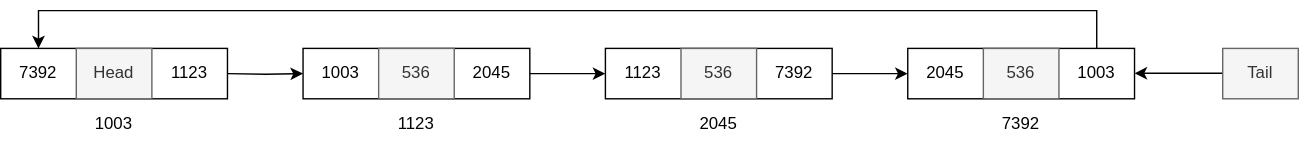
Before: images/linked list/Circular Linked List.svg, a diagram exported from draw.io (DeekshaPhaneendraReddyUmmadi/Data-Structures-And-Algorithms). Source tidied: cells renumbered, new cells last; positions are measured from the earlier drawing's top-left corner, leaving out a move shared by most shapes. Source of this version:
```xml
<mxGraphModel>
  <root>
    <mxCell id="0" />
    <mxCell id="1" parent="0" />
    <mxCell id="2" style="rounded=0;whiteSpace=wrap;html=1;" parent="1" vertex="1">
      <mxGeometry y="27" width="162" height="36" as="geometry" />
    </mxCell>
    <mxCell id="3" value="Head" style="text;html=1;align=center;verticalAlign=middle;whiteSpace=wrap;rounded=0;fillColor=#f5f5f5;fontColor=#333333;strokeColor=#666666;" parent="1" vertex="1">
      <mxGeometry x="54" y="27" width="54" height="36" as="geometry" />
    </mxCell>
    <mxCell id="4" style="edgeStyle=orthogonalEdgeStyle;rounded=0;jettySize=auto;html=1;" parent="1" edge="1" target="8">
      <mxGeometry relative="1" as="geometry">
        <mxPoint x="162" y="45" as="sourcePoint" />
      </mxGeometry>
    </mxCell>
    <mxCell id="5" value="7392" style="text;html=1;align=center;verticalAlign=middle;whiteSpace=wrap;rounded=0;" parent="1" vertex="1">
      <mxGeometry y="27" width="54" height="36" as="geometry" />
    </mxCell>
    <mxCell id="6" style="rounded=0;whiteSpace=wrap;html=1;" parent="1" vertex="1">
      <mxGeometry x="216" y="27" width="162" height="36" as="geometry" />
    </mxCell>
    <mxCell id="7" value="536" style="text;html=1;align=center;verticalAlign=middle;whiteSpace=wrap;rounded=0;fillColor=#f5f5f5;fontColor=#333333;strokeColor=#666666;" parent="1" vertex="1">
      <mxGeometry x="270" y="27" width="54" height="36" as="geometry" />
    </mxCell>
    <mxCell id="8" value="1003" style="text;html=1;align=center;verticalAlign=middle;whiteSpace=wrap;rounded=0;" parent="1" vertex="1">
      <mxGeometry x="216" y="27" width="54" height="36" as="geometry" />
    </mxCell>
    <mxCell id="9" value="1003" style="text;html=1;align=center;verticalAlign=middle;whiteSpace=wrap;rounded=0;" parent="1" vertex="1">
      <mxGeometry x="54" y="63" width="54" height="36" as="geometry" />
    </mxCell>
    <mxCell id="10" value="1123" style="text;html=1;align=center;verticalAlign=middle;whiteSpace=wrap;rounded=0;" parent="1" vertex="1">
      <mxGeometry x="270" y="63" width="54" height="36" as="geometry" />
    </mxCell>
    <mxCell id="11" style="edgeStyle=orthogonalEdgeStyle;rounded=0;orthogonalLoop=1;jettySize=auto;html=1;" parent="1" edge="1">
      <mxGeometry relative="1" as="geometry">
        <mxPoint x="378" y="45" as="sourcePoint" />
        <mxPoint x="432" y="45" as="targetPoint" />
      </mxGeometry>
    </mxCell>
    <mxCell id="12" style="rounded=0;whiteSpace=wrap;html=1;" parent="1" vertex="1">
      <mxGeometry x="432" y="27" width="162" height="36" as="geometry" />
    </mxCell>
    <mxCell id="13" value="536" style="text;html=1;align=center;verticalAlign=middle;whiteSpace=wrap;rounded=0;fillColor=#f5f5f5;fontColor=#333333;strokeColor=#666666;" parent="1" vertex="1">
      <mxGeometry x="486" y="27" width="54" height="36" as="geometry" />
    </mxCell>
    <mxCell id="14" value="2045" style="text;html=1;align=center;verticalAlign=middle;whiteSpace=wrap;rounded=0;" parent="1" vertex="1">
      <mxGeometry x="486" y="63" width="54" height="36" as="geometry" />
    </mxCell>
    <mxCell id="15" style="edgeStyle=orthogonalEdgeStyle;rounded=0;orthogonalLoop=1;jettySize=auto;html=1;" parent="1" edge="1">
      <mxGeometry relative="1" as="geometry">
        <mxPoint x="594" y="45" as="sourcePoint" />
        <mxPoint x="648" y="45" as="targetPoint" />
      </mxGeometry>
    </mxCell>
    <mxCell id="16" style="rounded=0;whiteSpace=wrap;html=1;" parent="1" vertex="1">
      <mxGeometry x="648" y="27" width="162" height="36" as="geometry" />
    </mxCell>
    <mxCell id="17" value="536" style="text;html=1;align=center;verticalAlign=middle;whiteSpace=wrap;rounded=0;fillColor=#f5f5f5;fontColor=#333333;strokeColor=#666666;" parent="1" vertex="1">
      <mxGeometry x="702" y="27" width="54" height="36" as="geometry" />
    </mxCell>
    <mxCell id="18" value="7392" style="text;html=1;align=center;verticalAlign=middle;whiteSpace=wrap;rounded=0;" parent="1" vertex="1">
      <mxGeometry x="702" y="63" width="54" height="36" as="geometry" />
    </mxCell>
    <mxCell id="19" value="1003" style="text;html=1;align=center;verticalAlign=middle;whiteSpace=wrap;rounded=0;" parent="1" vertex="1">
      <mxGeometry x="756" y="27" width="54" height="36" as="geometry" />
    </mxCell>
    <mxCell id="20" value="7392" style="text;html=1;align=center;verticalAlign=middle;whiteSpace=wrap;rounded=0;" parent="1" vertex="1">
      <mxGeometry x="540" y="27" width="54" height="36" as="geometry" />
    </mxCell>
    <mxCell id="21" value="2045" style="text;html=1;align=center;verticalAlign=middle;whiteSpace=wrap;rounded=0;" parent="1" vertex="1">
      <mxGeometry x="324" y="27" width="54" height="36" as="geometry" />
    </mxCell>
    <mxCell id="22" value="1123" style="text;html=1;align=center;verticalAlign=middle;whiteSpace=wrap;rounded=0;" parent="1" vertex="1">
      <mxGeometry x="108" y="27" width="54" height="36" as="geometry" />
    </mxCell>
    <mxCell id="23" value="2045" style="text;html=1;align=center;verticalAlign=middle;whiteSpace=wrap;rounded=0;" parent="1" vertex="1">
      <mxGeometry x="648" y="27" width="54" height="36" as="geometry" />
    </mxCell>
    <mxCell id="24" value="1123" style="text;html=1;align=center;verticalAlign=middle;whiteSpace=wrap;rounded=0;" parent="1" vertex="1">
      <mxGeometry x="432" y="27" width="54" height="36" as="geometry" />
    </mxCell>
    <mxCell id="25" style="endArrow=classic;html=1;rounded=0;" parent="1" edge="1">
      <mxGeometry relative="1" as="geometry">
        <mxPoint x="882" y="44.8" as="sourcePoint" />
        <mxPoint x="810" y="44.8" as="targetPoint" />
      </mxGeometry>
    </mxCell>
    <mxCell id="26" value="Tail" style="text;html=1;align=center;verticalAlign=middle;whiteSpace=wrap;rounded=0;fillColor=#f5f5f5;fontColor=#333333;strokeColor=#666666;" parent="1" vertex="1">
      <mxGeometry x="873" y="27" width="54" height="36" as="geometry" />
    </mxCell>
    <mxCell id="27" style="endArrow=classic;html=1;rounded=0;exitX=0.5;exitY=0;exitDx=0;exitDy=0;entryX=0.5;entryY=0;entryDx=0;entryDy=0;" parent="1" edge="1" source="19" target="5">
      <mxGeometry relative="1" as="geometry">
        <Array as="points">
          <mxPoint x="783" />
          <mxPoint x="27" />
        </Array>
      </mxGeometry>
    </mxCell>
  </root>
</mxGraphModel>
```
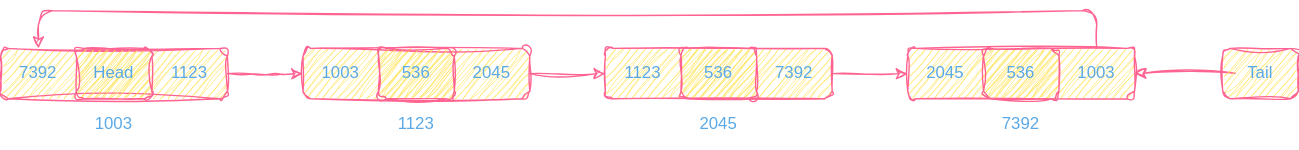
The same diagram one commit later.

The edit, as a diff of the source:
```diff
@@ -2,93 +2,93 @@
   <root>
     <mxCell id="0" />
     <mxCell id="1" parent="0" />
-    <mxCell id="2" style="rounded=0;whiteSpace=wrap;html=1;" parent="1" vertex="1">
+    <mxCell id="2" style="rounded=1;whiteSpace=wrap;html=1;sketch=1;curveFitting=1;jiggle=2;labelBackgroundColor=none;fillColor=#FFE45E;strokeColor=#FF6392;fontColor=#5AA9E6;" parent="1" vertex="1">
       <mxGeometry y="27" width="162" height="36" as="geometry" />
     </mxCell>
-    <mxCell id="3" value="Head" style="text;html=1;align=center;verticalAlign=middle;whiteSpace=wrap;rounded=0;fillColor=#f5f5f5;fontColor=#333333;strokeColor=#666666;" parent="1" vertex="1">
+    <mxCell id="3" value="Head" style="text;html=1;align=center;verticalAlign=middle;whiteSpace=wrap;rounded=1;fillColor=#FFE45E;fontColor=#5AA9E6;strokeColor=#FF6392;sketch=1;curveFitting=1;jiggle=2;labelBackgroundColor=none;" parent="1" vertex="1">
       <mxGeometry x="54" y="27" width="54" height="36" as="geometry" />
     </mxCell>
-    <mxCell id="4" style="edgeStyle=orthogonalEdgeStyle;rounded=0;jettySize=auto;html=1;" parent="1" edge="1" target="8">
+    <mxCell id="4" style="edgeStyle=orthogonalEdgeStyle;rounded=1;jettySize=auto;html=1;sketch=1;curveFitting=1;jiggle=2;labelBackgroundColor=none;strokeColor=#FF6392;fontColor=default;" parent="1" edge="1" target="8">
       <mxGeometry relative="1" as="geometry">
         <mxPoint x="162" y="45" as="sourcePoint" />
       </mxGeometry>
     </mxCell>
-    <mxCell id="5" value="7392" style="text;html=1;align=center;verticalAlign=middle;whiteSpace=wrap;rounded=0;" parent="1" vertex="1">
+    <mxCell id="5" value="7392" style="text;html=1;align=center;verticalAlign=middle;whiteSpace=wrap;rounded=1;sketch=1;curveFitting=1;jiggle=2;labelBackgroundColor=none;fontColor=#5AA9E6;" parent="1" vertex="1">
       <mxGeometry y="27" width="54" height="36" as="geometry" />
     </mxCell>
-    <mxCell id="6" style="rounded=0;whiteSpace=wrap;html=1;" parent="1" vertex="1">
+    <mxCell id="6" style="rounded=1;whiteSpace=wrap;html=1;sketch=1;curveFitting=1;jiggle=2;labelBackgroundColor=none;fillColor=#FFE45E;strokeColor=#FF6392;fontColor=#5AA9E6;" parent="1" vertex="1">
       <mxGeometry x="216" y="27" width="162" height="36" as="geometry" />
     </mxCell>
-    <mxCell id="7" value="536" style="text;html=1;align=center;verticalAlign=middle;whiteSpace=wrap;rounded=0;fillColor=#f5f5f5;fontColor=#333333;strokeColor=#666666;" parent="1" vertex="1">
+    <mxCell id="7" value="536" style="text;html=1;align=center;verticalAlign=middle;whiteSpace=wrap;rounded=1;fillColor=#FFE45E;fontColor=#5AA9E6;strokeColor=#FF6392;sketch=1;curveFitting=1;jiggle=2;labelBackgroundColor=none;" parent="1" vertex="1">
       <mxGeometry x="270" y="27" width="54" height="36" as="geometry" />
     </mxCell>
-    <mxCell id="8" value="1003" style="text;html=1;align=center;verticalAlign=middle;whiteSpace=wrap;rounded=0;" parent="1" vertex="1">
+    <mxCell id="8" value="1003" style="text;html=1;align=center;verticalAlign=middle;whiteSpace=wrap;rounded=1;sketch=1;curveFitting=1;jiggle=2;labelBackgroundColor=none;fontColor=#5AA9E6;" parent="1" vertex="1">
       <mxGeometry x="216" y="27" width="54" height="36" as="geometry" />
     </mxCell>
-    <mxCell id="9" value="1003" style="text;html=1;align=center;verticalAlign=middle;whiteSpace=wrap;rounded=0;" parent="1" vertex="1">
+    <mxCell id="9" value="1003" style="text;html=1;align=center;verticalAlign=middle;whiteSpace=wrap;rounded=1;sketch=1;curveFitting=1;jiggle=2;labelBackgroundColor=none;fontColor=#5AA9E6;" parent="1" vertex="1">
       <mxGeometry x="54" y="63" width="54" height="36" as="geometry" />
     </mxCell>
-    <mxCell id="10" value="1123" style="text;html=1;align=center;verticalAlign=middle;whiteSpace=wrap;rounded=0;" parent="1" vertex="1">
+    <mxCell id="10" value="1123" style="text;html=1;align=center;verticalAlign=middle;whiteSpace=wrap;rounded=1;sketch=1;curveFitting=1;jiggle=2;labelBackgroundColor=none;fontColor=#5AA9E6;" parent="1" vertex="1">
       <mxGeometry x="270" y="63" width="54" height="36" as="geometry" />
     </mxCell>
-    <mxCell id="11" style="edgeStyle=orthogonalEdgeStyle;rounded=0;orthogonalLoop=1;jettySize=auto;html=1;" parent="1" edge="1">
+    <mxCell id="11" style="edgeStyle=orthogonalEdgeStyle;rounded=1;orthogonalLoop=1;jettySize=auto;html=1;sketch=1;curveFitting=1;jiggle=2;labelBackgroundColor=none;strokeColor=#FF6392;fontColor=default;" parent="1" edge="1">
       <mxGeometry relative="1" as="geometry">
         <mxPoint x="378" y="45" as="sourcePoint" />
         <mxPoint x="432" y="45" as="targetPoint" />
       </mxGeometry>
     </mxCell>
-    <mxCell id="12" style="rounded=0;whiteSpace=wrap;html=1;" parent="1" vertex="1">
+    <mxCell id="12" style="rounded=1;whiteSpace=wrap;html=1;sketch=1;curveFitting=1;jiggle=2;labelBackgroundColor=none;fillColor=#FFE45E;strokeColor=#FF6392;fontColor=#5AA9E6;" parent="1" vertex="1">
       <mxGeometry x="432" y="27" width="162" height="36" as="geometry" />
     </mxCell>
-    <mxCell id="13" value="536" style="text;html=1;align=center;verticalAlign=middle;whiteSpace=wrap;rounded=0;fillColor=#f5f5f5;fontColor=#333333;strokeColor=#666666;" parent="1" vertex="1">
+    <mxCell id="13" value="536" style="text;html=1;align=center;verticalAlign=middle;whiteSpace=wrap;rounded=1;fillColor=#FFE45E;fontColor=#5AA9E6;strokeColor=#FF6392;sketch=1;curveFitting=1;jiggle=2;labelBackgroundColor=none;" parent="1" vertex="1">
       <mxGeometry x="486" y="27" width="54" height="36" as="geometry" />
     </mxCell>
-    <mxCell id="14" value="2045" style="text;html=1;align=center;verticalAlign=middle;whiteSpace=wrap;rounded=0;" parent="1" vertex="1">
+    <mxCell id="14" value="2045" style="text;html=1;align=center;verticalAlign=middle;whiteSpace=wrap;rounded=1;sketch=1;curveFitting=1;jiggle=2;labelBackgroundColor=none;fontColor=#5AA9E6;" parent="1" vertex="1">
       <mxGeometry x="486" y="63" width="54" height="36" as="geometry" />
     </mxCell>
-    <mxCell id="15" style="edgeStyle=orthogonalEdgeStyle;rounded=0;orthogonalLoop=1;jettySize=auto;html=1;" parent="1" edge="1">
+    <mxCell id="15" style="edgeStyle=orthogonalEdgeStyle;rounded=1;orthogonalLoop=1;jettySize=auto;html=1;sketch=1;curveFitting=1;jiggle=2;labelBackgroundColor=none;strokeColor=#FF6392;fontColor=default;" parent="1" edge="1">
       <mxGeometry relative="1" as="geometry">
         <mxPoint x="594" y="45" as="sourcePoint" />
         <mxPoint x="648" y="45" as="targetPoint" />
       </mxGeometry>
     </mxCell>
-    <mxCell id="16" style="rounded=0;whiteSpace=wrap;html=1;" parent="1" vertex="1">
+    <mxCell id="16" style="rounded=1;whiteSpace=wrap;html=1;sketch=1;curveFitting=1;jiggle=2;labelBackgroundColor=none;fillColor=#FFE45E;strokeColor=#FF6392;fontColor=#5AA9E6;" parent="1" vertex="1">
       <mxGeometry x="648" y="27" width="162" height="36" as="geometry" />
     </mxCell>
-    <mxCell id="17" value="536" style="text;html=1;align=center;verticalAlign=middle;whiteSpace=wrap;rounded=0;fillColor=#f5f5f5;fontColor=#333333;strokeColor=#666666;" parent="1" vertex="1">
+    <mxCell id="17" value="536" style="text;html=1;align=center;verticalAlign=middle;whiteSpace=wrap;rounded=1;fillColor=#FFE45E;fontColor=#5AA9E6;strokeColor=#FF6392;sketch=1;curveFitting=1;jiggle=2;labelBackgroundColor=none;" parent="1" vertex="1">
       <mxGeometry x="702" y="27" width="54" height="36" as="geometry" />
     </mxCell>
-    <mxCell id="18" value="7392" style="text;html=1;align=center;verticalAlign=middle;whiteSpace=wrap;rounded=0;" parent="1" vertex="1">
+    <mxCell id="18" value="7392" style="text;html=1;align=center;verticalAlign=middle;whiteSpace=wrap;rounded=1;sketch=1;curveFitting=1;jiggle=2;labelBackgroundColor=none;fontColor=#5AA9E6;" parent="1" vertex="1">
       <mxGeometry x="702" y="63" width="54" height="36" as="geometry" />
     </mxCell>
-    <mxCell id="19" value="1003" style="text;html=1;align=center;verticalAlign=middle;whiteSpace=wrap;rounded=0;" parent="1" vertex="1">
+    <mxCell id="19" value="1003" style="text;html=1;align=center;verticalAlign=middle;whiteSpace=wrap;rounded=1;sketch=1;curveFitting=1;jiggle=2;labelBackgroundColor=none;fontColor=#5AA9E6;" parent="1" vertex="1">
       <mxGeometry x="756" y="27" width="54" height="36" as="geometry" />
     </mxCell>
-    <mxCell id="20" value="7392" style="text;html=1;align=center;verticalAlign=middle;whiteSpace=wrap;rounded=0;" parent="1" vertex="1">
+    <mxCell id="20" value="7392" style="text;html=1;align=center;verticalAlign=middle;whiteSpace=wrap;rounded=1;sketch=1;curveFitting=1;jiggle=2;labelBackgroundColor=none;fontColor=#5AA9E6;" parent="1" vertex="1">
       <mxGeometry x="540" y="27" width="54" height="36" as="geometry" />
     </mxCell>
-    <mxCell id="21" value="2045" style="text;html=1;align=center;verticalAlign=middle;whiteSpace=wrap;rounded=0;" parent="1" vertex="1">
+    <mxCell id="21" value="2045" style="text;html=1;align=center;verticalAlign=middle;whiteSpace=wrap;rounded=1;sketch=1;curveFitting=1;jiggle=2;labelBackgroundColor=none;fontColor=#5AA9E6;" parent="1" vertex="1">
       <mxGeometry x="324" y="27" width="54" height="36" as="geometry" />
     </mxCell>
-    <mxCell id="22" value="1123" style="text;html=1;align=center;verticalAlign=middle;whiteSpace=wrap;rounded=0;" parent="1" vertex="1">
+    <mxCell id="22" value="1123" style="text;html=1;align=center;verticalAlign=middle;whiteSpace=wrap;rounded=1;sketch=1;curveFitting=1;jiggle=2;labelBackgroundColor=none;fontColor=#5AA9E6;" parent="1" vertex="1">
       <mxGeometry x="108" y="27" width="54" height="36" as="geometry" />
     </mxCell>
-    <mxCell id="23" value="2045" style="text;html=1;align=center;verticalAlign=middle;whiteSpace=wrap;rounded=0;" parent="1" vertex="1">
+    <mxCell id="23" value="2045" style="text;html=1;align=center;verticalAlign=middle;whiteSpace=wrap;rounded=1;sketch=1;curveFitting=1;jiggle=2;labelBackgroundColor=none;fontColor=#5AA9E6;" parent="1" vertex="1">
       <mxGeometry x="648" y="27" width="54" height="36" as="geometry" />
     </mxCell>
-    <mxCell id="24" value="1123" style="text;html=1;align=center;verticalAlign=middle;whiteSpace=wrap;rounded=0;" parent="1" vertex="1">
+    <mxCell id="24" value="1123" style="text;html=1;align=center;verticalAlign=middle;whiteSpace=wrap;rounded=1;sketch=1;curveFitting=1;jiggle=2;labelBackgroundColor=none;fontColor=#5AA9E6;" parent="1" vertex="1">
       <mxGeometry x="432" y="27" width="54" height="36" as="geometry" />
     </mxCell>
-    <mxCell id="25" style="endArrow=classic;html=1;rounded=0;" parent="1" edge="1">
+    <mxCell id="25" style="endArrow=classic;html=1;rounded=1;sketch=1;curveFitting=1;jiggle=2;labelBackgroundColor=none;strokeColor=#FF6392;fontColor=default;" parent="1" edge="1">
       <mxGeometry relative="1" as="geometry">
         <mxPoint x="882" y="44.8" as="sourcePoint" />
         <mxPoint x="810" y="44.8" as="targetPoint" />
       </mxGeometry>
     </mxCell>
-    <mxCell id="26" value="Tail" style="text;html=1;align=center;verticalAlign=middle;whiteSpace=wrap;rounded=0;fillColor=#f5f5f5;fontColor=#333333;strokeColor=#666666;" parent="1" vertex="1">
+    <mxCell id="26" value="Tail" style="text;html=1;align=center;verticalAlign=middle;whiteSpace=wrap;rounded=1;fillColor=#FFE45E;fontColor=#5AA9E6;strokeColor=#FF6392;sketch=1;curveFitting=1;jiggle=2;labelBackgroundColor=none;" parent="1" vertex="1">
       <mxGeometry x="873" y="27" width="54" height="36" as="geometry" />
     </mxCell>
-    <mxCell id="27" style="endArrow=classic;html=1;rounded=0;exitX=0.5;exitY=0;exitDx=0;exitDy=0;entryX=0.5;entryY=0;entryDx=0;entryDy=0;" parent="1" edge="1" source="19" target="5">
+    <mxCell id="27" style="endArrow=classic;html=1;rounded=1;exitX=0.5;exitY=0;exitDx=0;exitDy=0;entryX=0.5;entryY=0;entryDx=0;entryDy=0;sketch=1;curveFitting=1;jiggle=2;labelBackgroundColor=none;strokeColor=#FF6392;fontColor=default;" parent="1" edge="1" source="19" target="5">
       <mxGeometry relative="1" as="geometry">
         <Array as="points">
           <mxPoint x="783" />
```
